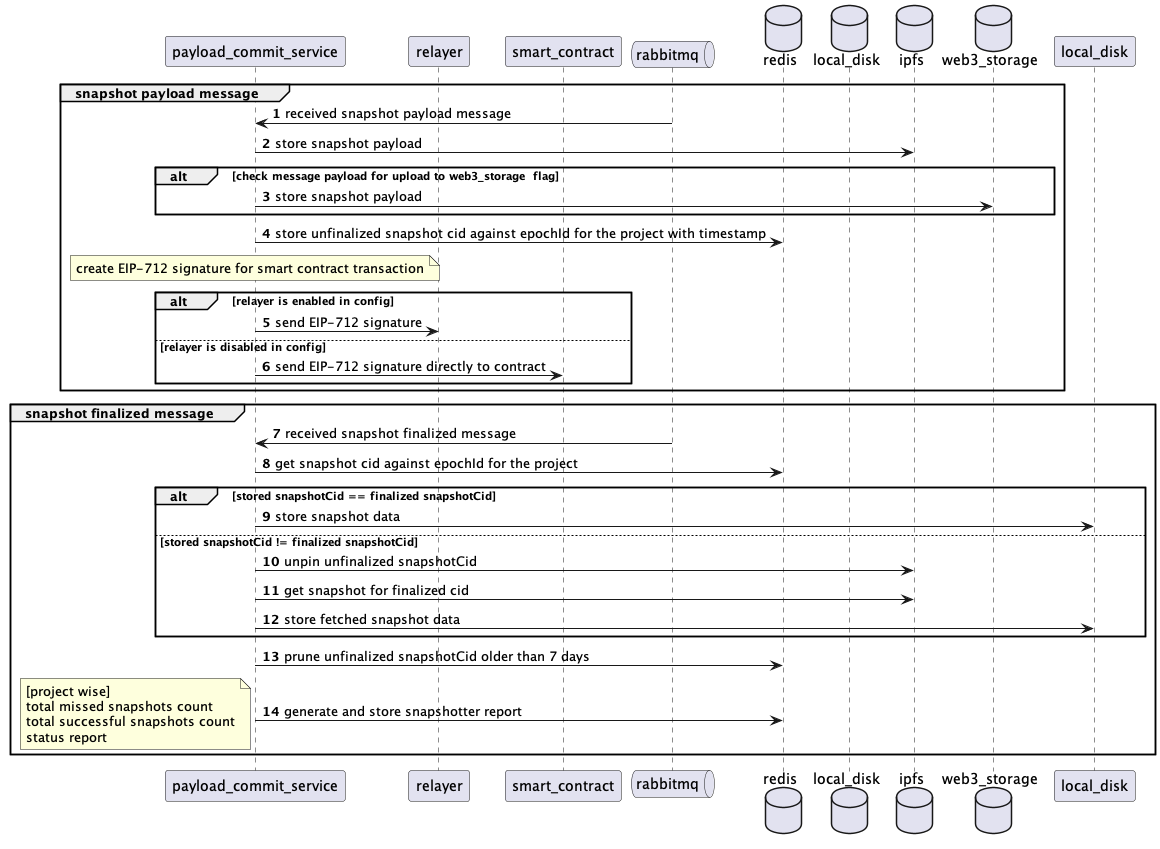
The PlantUML diagram docs/images/payload_commit_service_callflow.png in PowerLoom/audit-protocol, before a commit. The source it was exported from:
```plantuml
@startuml "Payload commit service"
autonumber

participant "payload_commit_service" as pcs
participant relayer
participant smart_contract
queue rabbitmq
database redis
database local_disk as disk
database ipfs
database web3_storage

group snapshot payload message
    rabbitmq -> pcs: received snapshot payload message

    pcs -> ipfs: store snapshot payload

    alt check message payload for upload to web3_storage  flag
        pcs -> web3_storage: store snapshot payload
    end

    pcs -> redis: store unfinalized snapshot cid against epochId for the project with timestamp

    note over pcs: create EIP-712 signature for smart contract transaction
    alt relayer is enabled in config
        pcs -> relayer: send EIP-712 signature
    else relayer is disabled in config
        pcs -> smart_contract: send EIP-712 signature directly to contract
    end
end

group snapshot finalized message
    rabbitmq -> pcs: received snapshot finalized message

    pcs -> redis: get snapshot cid against epochId for the project

    alt stored snapshotCid == finalized snapshotCid
        pcs -> local_disk: store snapshot data

    else stored snapshotCid != finalized snapshotCid
        pcs -> ipfs: unpin unfinalized snapshotCid
        pcs -> ipfs: get snapshot for finalized cid

        pcs -> local_disk: store fetched snapshot data
    end

    pcs -> redis: prune unfinalized snapshotCid older than 7 days

    pcs -> redis: generate and store snapshotter report
    note left: [project wise]\ntotal missed snapshots count\ntotal successful snapshots count\nstatus report
end

@enduml
```
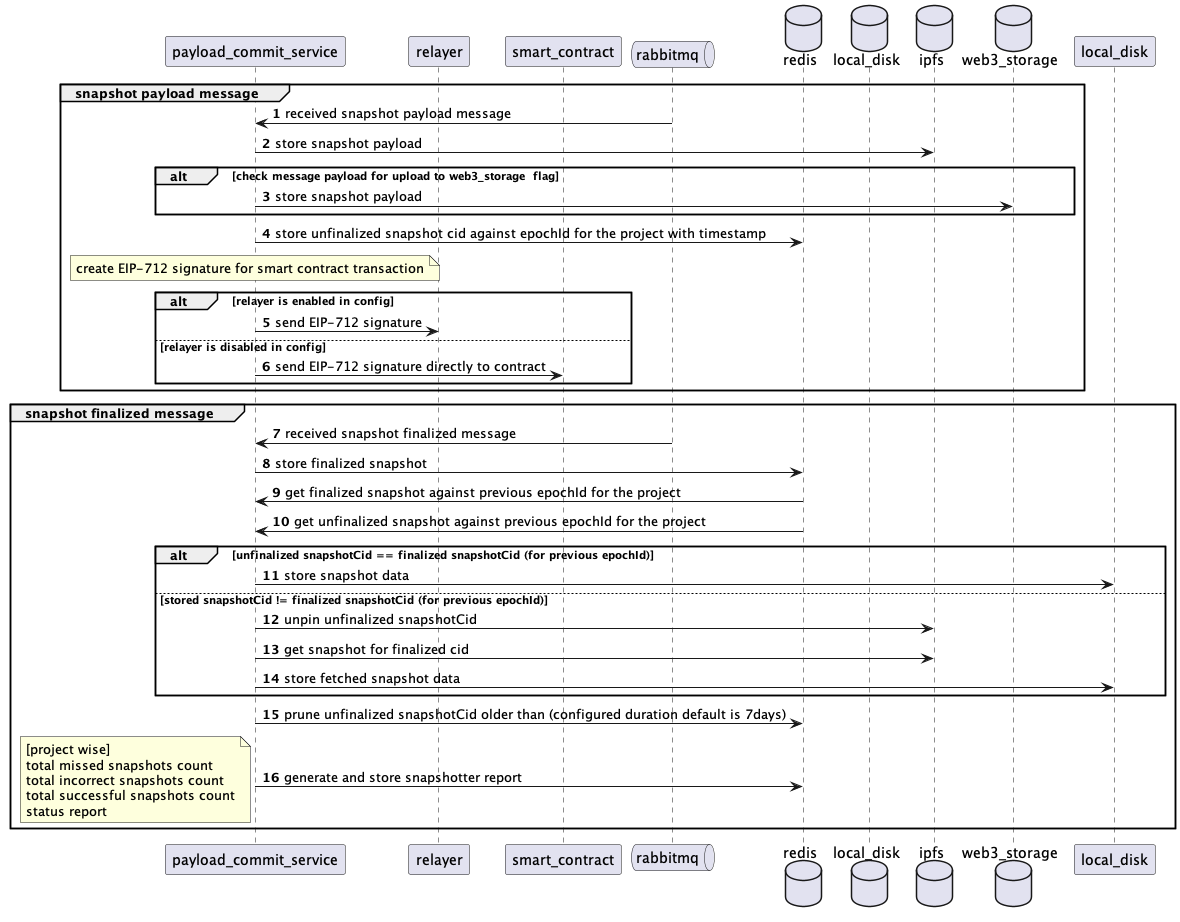
After the change.

What changed in the source:
```diff
@@ -32,22 +32,24 @@
 group snapshot finalized message
     rabbitmq -> pcs: received snapshot finalized message
 
-    pcs -> redis: get snapshot cid against epochId for the project
+    pcs -> redis: store finalized snapshot
+    redis -> pcs: get finalized snapshot against previous epochId for the project
+    redis -> pcs: get unfinalized snapshot against previous epochId for the project
 
-    alt stored snapshotCid == finalized snapshotCid
+    alt unfinalized snapshotCid == finalized snapshotCid (for previous epochId)
         pcs -> local_disk: store snapshot data
 
-    else stored snapshotCid != finalized snapshotCid
+    else stored snapshotCid != finalized snapshotCid (for previous epochId)
         pcs -> ipfs: unpin unfinalized snapshotCid
         pcs -> ipfs: get snapshot for finalized cid
 
         pcs -> local_disk: store fetched snapshot data
     end
 
-    pcs -> redis: prune unfinalized snapshotCid older than 7 days
+    pcs -> redis: prune unfinalized snapshotCid older than (configured duration default is 7days)
 
     pcs -> redis: generate and store snapshotter report
-    note left: [project wise]\ntotal missed snapshots count\ntotal successful snapshots count\nstatus report
+    note left: [project wise]\ntotal missed snapshots count\ntotal incorrect snapshots count\ntotal successful snapshots count\nstatus report
 end
 
 @enduml
```
